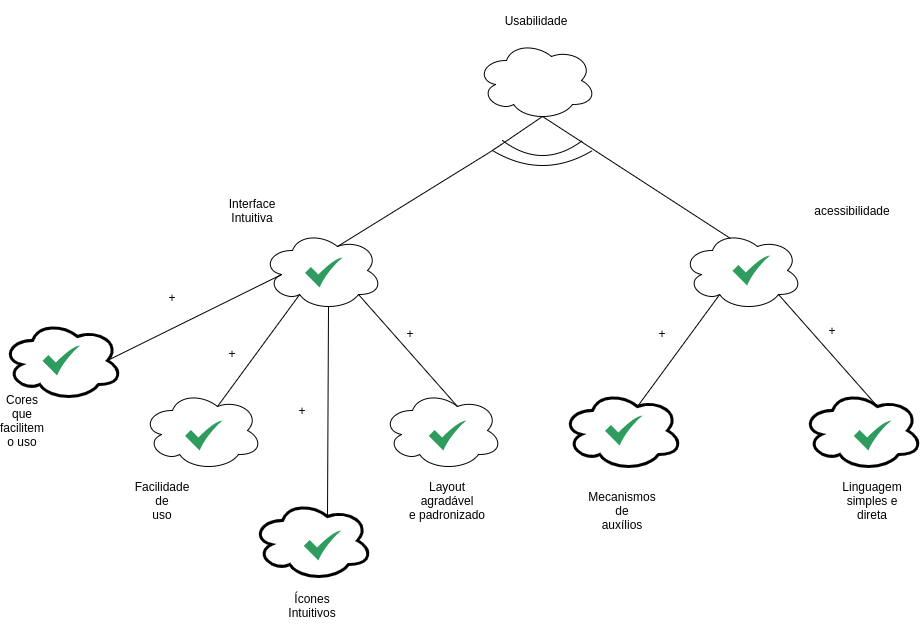
The draw.io diagram docs/Modelagem_Requisitos/images/NFR/usabili_propag.png in ServidioEC/2020.2-Meu-Gov.br, before a commit. Source tidied: cells renumbered, new cells last; positions are measured from the earlier drawing's top-left corner, leaving out a move shared by most shapes.
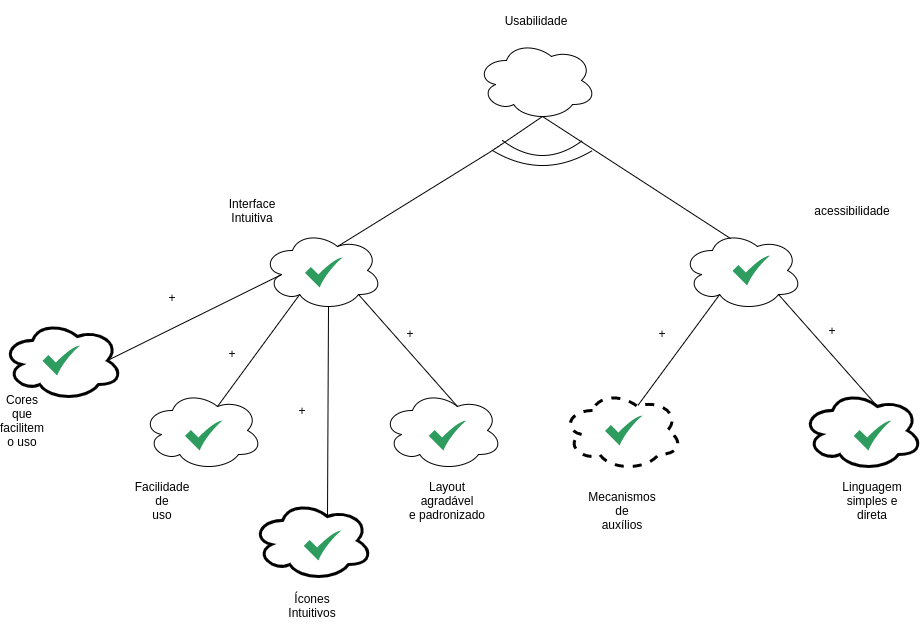
The same file after the commit.

The edit, as a diff of the source:
```diff
@@ -29,7 +29,7 @@
     <mxCell id="10" style="ellipse;shape=cloud;whiteSpace=wrap;html=1;" parent="1" vertex="1">
       <mxGeometry x="680" y="230" width="120" height="80" as="geometry" />
     </mxCell>
-    <mxCell id="11" style="ellipse;shape=cloud;whiteSpace=wrap;html=1;strokeWidth=3;" parent="1" vertex="1">
+    <mxCell id="11" style="ellipse;shape=cloud;whiteSpace=wrap;html=1;strokeWidth=3;dashed=1;perimeterSpacing=2;" parent="1" vertex="1">
       <mxGeometry x="560" y="390" width="120" height="80" as="geometry" />
     </mxCell>
     <mxCell id="12" style="ellipse;shape=cloud;whiteSpace=wrap;html=1;strokeWidth=3;" parent="1" vertex="1">
```
